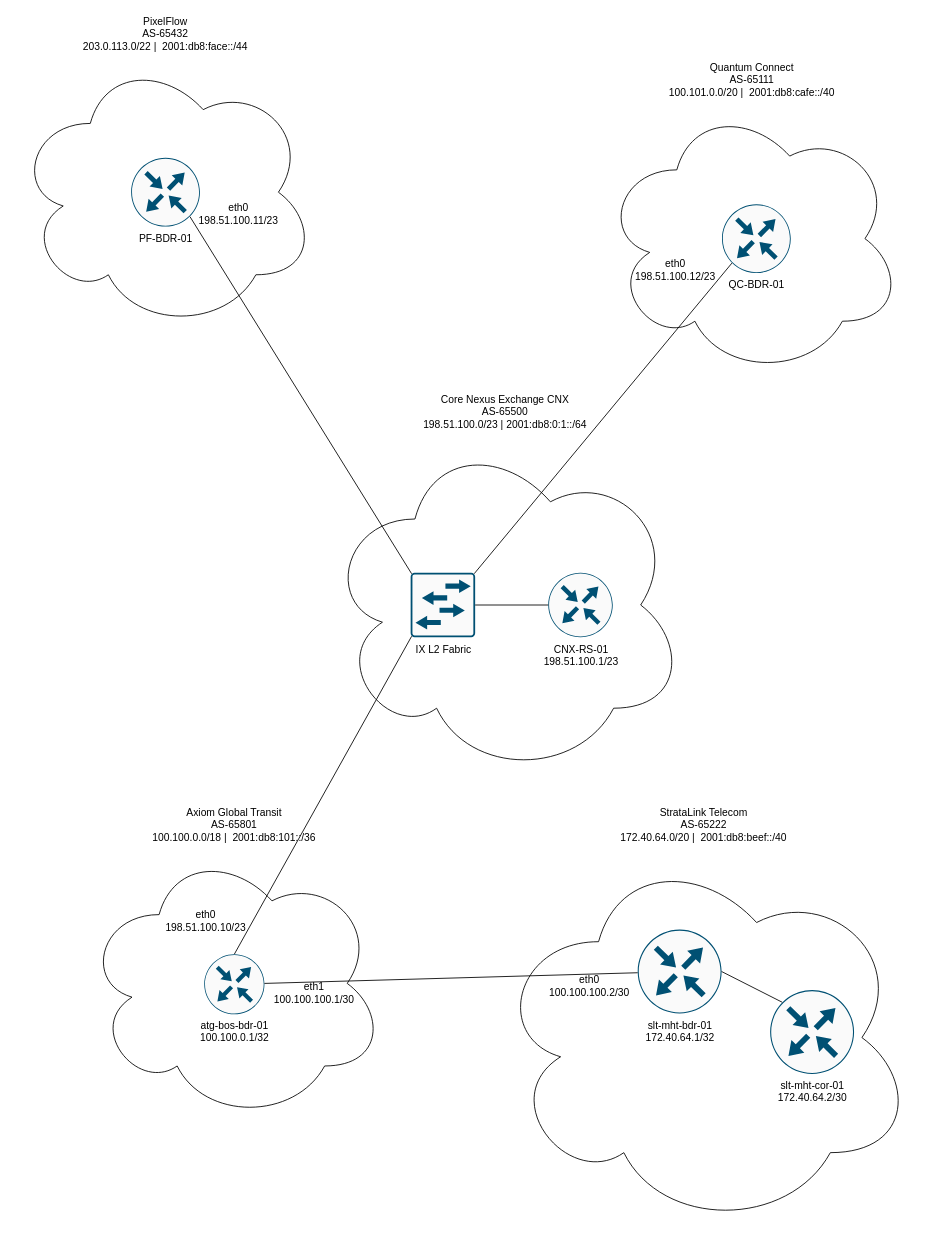
Above: patchwork_internet_emulator.drawio in PatchworkHorse/InternetEmulator (draw.io), before the change. Source tidied: cells renumbered, new cells numbered last; positions are measured from the earlier drawing's top-left corner, leaving out a move shared by most shapes. Both pictures are drawn from the tidied source at 86%, with x=0, y=0 at pixel (15, 54).
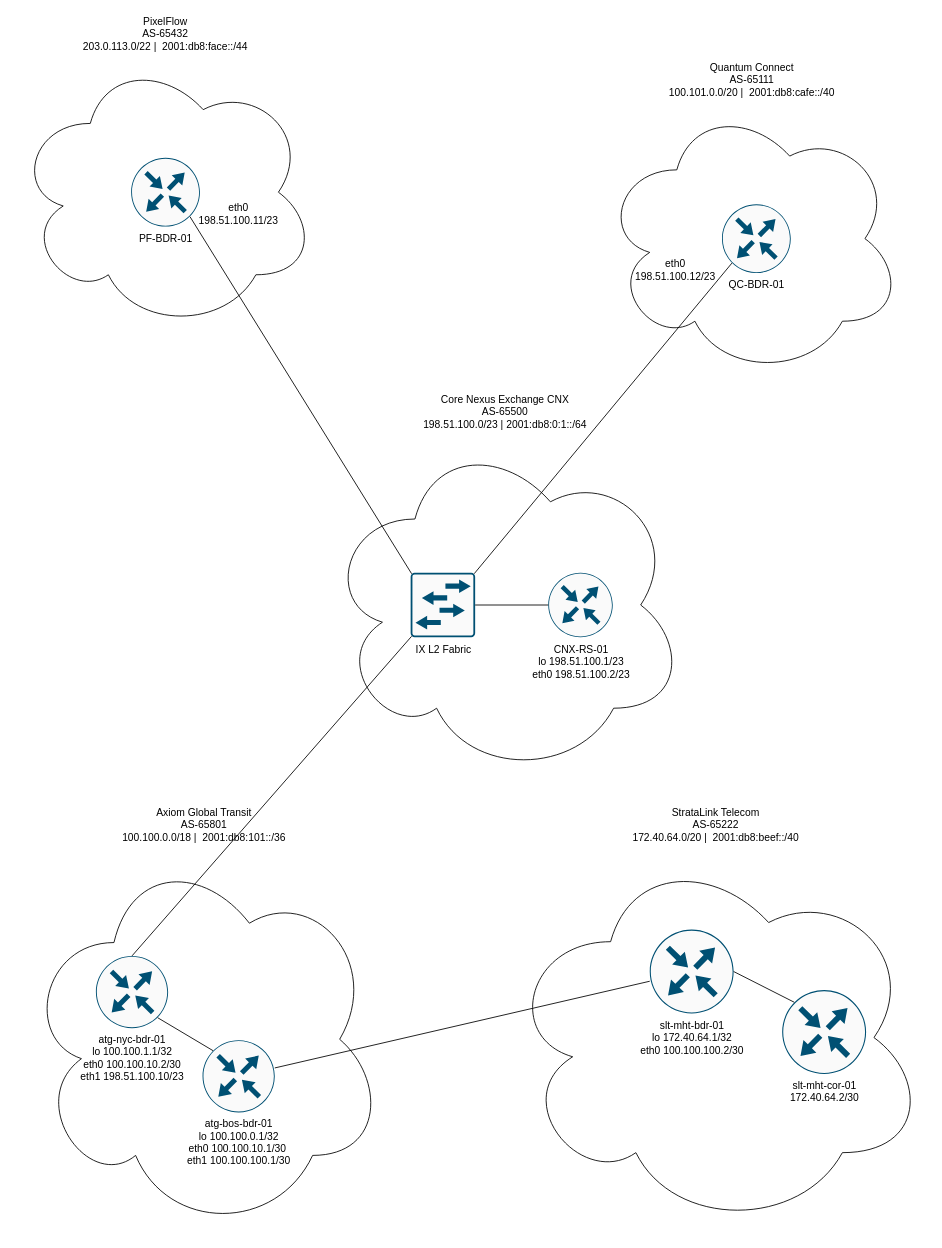
The same page after the edit.

The change refers to these unchanged cells:
```xml
<mxCell id="6" style="group;" parent="1" vertex="1">
  <mxGeometry x="360" y="440" width="420" height="400" as="geometry" />
</mxCell>
<mxCell id="9" value="IX L2 Fabric" style="sketch=0;points=[[0.015,0.015,0],[0.985,0.015,0],[0.985,0.985,0],[0.015,0.985,0],[0.25,0,0],[0.5,0,0],[0.75,0,0],[1,0.25,0],[1,0.5,0],[1,0.75,0],[0.75,1,0],[0.5,1,0],[0.25,1,0],[0,0.75,0],[0,0.5,0],[0,0.25,0]];verticalLabelPosition=bottom;html=1;verticalAlign=top;align=center;shape=mxgraph.cisco19.rect;prIcon=l2_switch;fillColor=#FAFAFA;strokeColor=#005073;" parent="6" vertex="1">
  <mxGeometry x="100" y="162.5" width="75" height="75" as="geometry" />
</mxCell>
```

Change to the diagram source:
```diff
@@
-    <mxCell id="8" value="&lt;div&gt;CNX-RS-01&lt;/div&gt;198.51.100.1/23" style="sketch=0;points=[[0.5,0,0],[1,0.5,0],[0.5,1,0],[0,0.5,0],[0.145,0.145,0],[0.8555,0.145,0],[0.855,0.8555,0],[0.145,0.855,0]];verticalLabelPosition=bottom;html=1;verticalAlign=top;align=center;shape=mxgraph.cisco19.rect;prIcon=router;fillColor=#FAFAFA;strokeColor=#005073;" parent="6" vertex="1">
+    <mxCell id="8" value="&lt;div&gt;CNX-RS-01&lt;/div&gt;lo 198.51.100.1/23&lt;div&gt;eth0 198.51.100.2/23&lt;/div&gt;" style="sketch=0;points=[[0.5,0,0],[1,0.5,0],[0.5,1,0],[0,0.5,0],[0.145,0.145,0],[0.8555,0.145,0],[0.855,0.8555,0],[0.145,0.855,0]];verticalLabelPosition=bottom;html=1;verticalAlign=top;align=center;shape=mxgraph.cisco19.rect;prIcon=router;fillColor=#FAFAFA;strokeColor=#005073;" parent="6" vertex="1">
       <mxGeometry x="260" y="162.5" width="75" height="75" as="geometry" />
     </mxCell>
@@
     <mxCell id="12" style="group;" parent="1" vertex="1">
-      <mxGeometry x="556" y="920" width="490" height="446" as="geometry" />
+      <mxGeometry x="570" y="920" width="490" height="446" as="geometry" />
     </mxCell>
@@
-    <mxCell id="14" value="slt-mht-bdr-01&lt;div&gt;172.40.64.1/32&lt;/div&gt;" style="sketch=0;points=[[0.5,0,0],[1,0.5,0],[0.5,1,0],[0,0.5,0],[0.145,0.145,0],[0.8555,0.145,0],[0.855,0.8555,0],[0.145,0.855,0]];verticalLabelPosition=bottom;html=1;verticalAlign=top;align=center;shape=mxgraph.cisco19.rect;prIcon=router;fillColor=#FAFAFA;strokeColor=#005073;" parent="12" vertex="1">
+    <mxCell id="14" value="slt-mht-bdr-01&lt;div&gt;lo 172.40.64.1/32&lt;/div&gt;&lt;div&gt;eth0 100.100.100.2/30&lt;/div&gt;" style="sketch=0;points=[[0.5,0,0],[1,0.5,0],[0.5,1,0],[0,0.5,0],[0.145,0.145,0],[0.8555,0.145,0],[0.855,0.8555,0],[0.145,0.855,0]];verticalLabelPosition=bottom;html=1;verticalAlign=top;align=center;shape=mxgraph.cisco19.rect;prIcon=router;fillColor=#FAFAFA;strokeColor=#005073;" parent="12" vertex="1">
       <mxGeometry x="168" y="97.4" width="97.6" height="97.6" as="geometry" />
     </mxCell>
-    <mxCell id="15" value="&lt;div&gt;eth0&lt;/div&gt;100.100.100.2/30" style="text;strokeColor=none;align=center;fillColor=none;html=1;verticalAlign=middle;whiteSpace=wrap;rounded=0;" parent="12" vertex="1">
-      <mxGeometry x="70" y="142" width="84" height="41.8" as="geometry" />
-    </mxCell>
@@
     <mxCell id="18" style="group;" parent="1" vertex="1">
-      <mxGeometry x="80" y="920" width="350" height="320" as="geometry" />
+      <mxGeometry x="10" y="920" width="420" height="450" as="geometry" />
     </mxCell>
     <mxCell id="19" value="&lt;div&gt;&lt;span style=&quot;background-color: transparent; color: light-dark(rgb(0, 0, 0), rgb(255, 255, 255));&quot;&gt;Axiom Global Transit&lt;/span&gt;&lt;/div&gt;&lt;div&gt;&lt;span style=&quot;background-color: transparent; color: light-dark(rgb(0, 0, 0), rgb(255, 255, 255));&quot;&gt;AS-65801&lt;/span&gt;&lt;/div&gt;&lt;div&gt;&lt;span style=&quot;background-color: transparent; color: light-dark(rgb(0, 0, 0), rgb(255, 255, 255));&quot;&gt;100.100.0.0/18&lt;/span&gt;&amp;nbsp;|&amp;nbsp;&amp;nbsp;2001:db8:101::/36&lt;/div&gt;" style="ellipse;shape=cloud;whiteSpace=wrap;html=1;horizontal=1;labelPosition=center;verticalLabelPosition=top;align=center;verticalAlign=bottom;" parent="18" vertex="1">
-      <mxGeometry width="350" height="320" as="geometry" />
+      <mxGeometry width="420" height="450" as="geometry" />
     </mxCell>
-    <mxCell id="20" value="atg-bos-bdr-01&lt;div&gt;100.100.0.1/32&lt;/div&gt;" style="sketch=0;points=[[0.5,0,0],[1,0.5,0],[0.5,1,0],[0,0.5,0],[0.145,0.145,0],[0.8555,0.145,0],[0.855,0.8555,0],[0.145,0.855,0]];verticalLabelPosition=bottom;html=1;verticalAlign=top;align=center;shape=mxgraph.cisco19.rect;prIcon=router;fillColor=#FAFAFA;strokeColor=#005073;" parent="18" vertex="1">
-      <mxGeometry x="140" y="126" width="70" height="70" as="geometry" />
+    <mxCell id="20" value="atg-bos-bdr-01&lt;div&gt;lo 100.100.0.1/32&lt;/div&gt;&lt;div&gt;eth0 100.100.10.1/30&lt;span style=&quot;background-color: transparent; color: light-dark(rgb(0, 0, 0), rgb(255, 255, 255));&quot;&gt;&amp;nbsp;&lt;/span&gt;&lt;/div&gt;&lt;div&gt;eth1 100.100.100.1/30&lt;/div&gt;&lt;div&gt;&lt;br&gt;&lt;/div&gt;" style="sketch=0;points=[[0.5,0,0],[1,0.5,0],[0.5,1,0],[0,0.5,0],[0.145,0.145,0],[0.8555,0.145,0],[0.855,0.8555,0],[0.145,0.855,0]];verticalLabelPosition=bottom;html=1;verticalAlign=top;align=center;shape=mxgraph.cisco19.rect;prIcon=router;fillColor=#FAFAFA;strokeColor=#005073;" parent="18" vertex="1">
+      <mxGeometry x="208" y="226" width="84" height="84" as="geometry" />
     </mxCell>
-    <mxCell id="21" value="&lt;div&gt;eth0&lt;/div&gt;198.51.100.10/23" style="text;strokeColor=none;align=center;fillColor=none;html=1;verticalAlign=middle;whiteSpace=wrap;rounded=0;" parent="18" vertex="1">
-      <mxGeometry x="112" y="72" width="60" height="30" as="geometry" />
-    </mxCell>
-    <mxCell id="22" value="&lt;div&gt;eth1&lt;/div&gt;100.100.100.1/30" style="text;strokeColor=none;align=center;fillColor=none;html=1;verticalAlign=middle;whiteSpace=wrap;rounded=0;" parent="18" vertex="1">
-      <mxGeometry x="238" y="156" width="60" height="30" as="geometry" />
-    </mxCell>
-    <mxCell id="23" style="endArrow=none;html=1;rounded=0;exitX=0.5;exitY=0;exitDx=0;exitDy=0;exitPerimeter=0;entryX=0.015;entryY=0.985;entryDx=0;entryDy=0;entryPerimeter=0;" parent="1" edge="1" source="20" target="9">
-      <mxGeometry relative="1" as="geometry" />
-    </mxCell>
+    <mxCell id="31" value="atg-nyc-bdr-01&lt;div&gt;lo 100.100.1.1/32&lt;/div&gt;&lt;div&gt;eth0 100.100.10.2/30&lt;/div&gt;&lt;div&gt;eth1 198.51.100.10/23&lt;/div&gt;" style="sketch=0;points=[[0.5,0,0],[1,0.5,0],[0.5,1,0],[0,0.5,0],[0.145,0.145,0],[0.8555,0.145,0],[0.855,0.8555,0],[0.145,0.855,0]];verticalLabelPosition=bottom;html=1;verticalAlign=top;align=center;shape=mxgraph.cisco19.rect;prIcon=router;fillColor=#FAFAFA;strokeColor=#005073;" parent="18" vertex="1">
+      <mxGeometry x="84" y="128" width="84" height="84" as="geometry" />
+    </mxCell>
+    <mxCell id="32" style="endArrow=none;html=1;rounded=0;entryX=0.145;entryY=0.145;entryDx=0;entryDy=0;entryPerimeter=0;exitX=0.855;exitY=0.8555;exitDx=0;exitDy=0;exitPerimeter=0;" parent="18" edge="1" source="31" target="20">
+      <mxGeometry relative="1" as="geometry" />
+    </mxCell>
@@
+    <mxCell id="33" style="endArrow=none;html=1;rounded=0;exitX=0.5;exitY=0;exitDx=0;exitDy=0;exitPerimeter=0;entryX=0.015;entryY=0.985;entryDx=0;entryDy=0;entryPerimeter=0;" parent="1" edge="1" source="31" target="9">
+      <mxGeometry relative="1" as="geometry" />
+    </mxCell>
```
